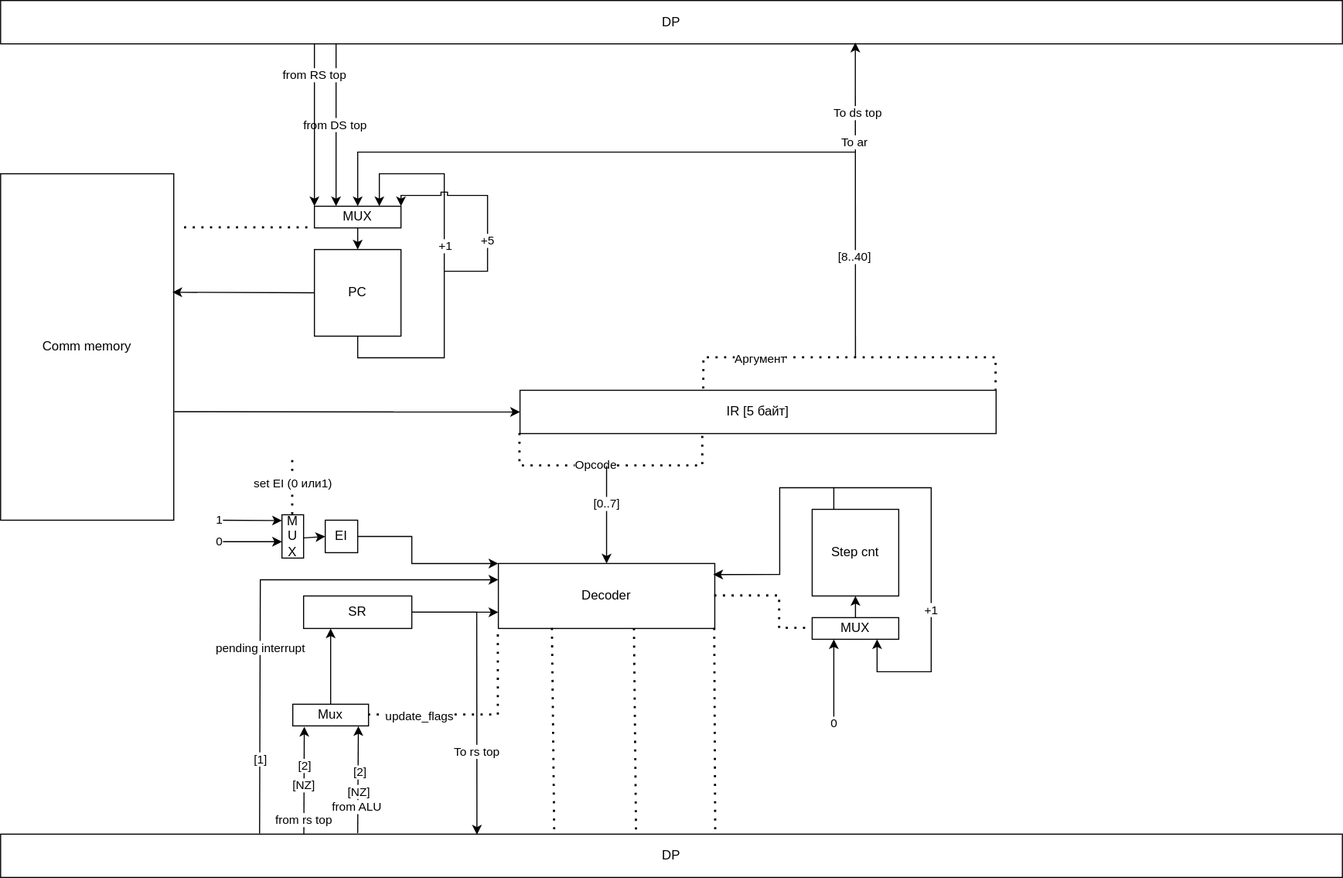
The draw.io diagram images/cu_4_lab_ak_reborn.drawio.svg in Knedlik-Trdelnik/CSA_ITMO_LAB4_2026, before a commit. Source tidied: cells renumbered, new cells last; positions are measured from the earlier drawing's top-left corner, leaving out a move shared by most shapes. The source it was exported from:
```xml
<mxGraphModel>
  <root>
    <mxCell id="0" />
    <mxCell id="1" parent="0" />
    <mxCell id="2" value="DP" style="rounded=0;whiteSpace=wrap;html=1;" parent="1" vertex="1">
      <mxGeometry width="1240" height="40" as="geometry" />
    </mxCell>
    <mxCell id="3" value="DP" style="rounded=0;whiteSpace=wrap;html=1;" parent="1" vertex="1">
      <mxGeometry y="770" width="1240" height="40" as="geometry" />
    </mxCell>
    <mxCell id="4" value="Comm memory" style="rounded=0;whiteSpace=wrap;html=1;" parent="1" vertex="1">
      <mxGeometry y="160" width="160" height="320" as="geometry" />
    </mxCell>
    <mxCell id="5" value="PC" style="whiteSpace=wrap;html=1;" parent="1" vertex="1">
      <mxGeometry x="290" y="230" width="80" height="80" as="geometry" />
    </mxCell>
    <mxCell id="6" value="MUX" style="rounded=0;whiteSpace=wrap;html=1;rotation=0;" parent="1" vertex="1">
      <mxGeometry x="290" y="190" width="80" height="20" as="geometry" />
    </mxCell>
    <mxCell id="7" style="endArrow=classic;html=1;rounded=0;exitX=0.5;exitY=1;exitDx=0;exitDy=0;entryX=0.5;entryY=0;entryDx=0;entryDy=0;" parent="1" edge="1" source="6" target="5">
      <mxGeometry relative="1" as="geometry" />
    </mxCell>
    <mxCell id="8" style="endArrow=classic;html=1;rounded=0;entryX=0.75;entryY=0;entryDx=0;entryDy=0;exitX=0.5;exitY=1;exitDx=0;exitDy=0;" parent="1" edge="1" source="5" target="6">
      <mxGeometry relative="1" as="geometry">
        <Array as="points">
          <mxPoint x="330" y="330" />
          <mxPoint x="410" y="330" />
          <mxPoint x="410" y="160" />
          <mxPoint x="350" y="160" />
        </Array>
      </mxGeometry>
    </mxCell>
    <mxCell id="9" value="+1" style="edgeLabel;html=1;align=center;verticalAlign=middle;" parent="8" vertex="1">
      <mxGeometry x="0.13" y="-1" relative="1" as="geometry" />
    </mxCell>
    <mxCell id="10" style="endArrow=classic;html=1;rounded=0;entryX=1;entryY=0;entryDx=0;entryDy=0;jumpStyle=sharp;" parent="1" edge="1" target="6">
      <mxGeometry relative="1" as="geometry">
        <mxPoint x="410" y="250" as="sourcePoint" />
        <Array as="points">
          <mxPoint x="430" y="250" />
          <mxPoint x="450" y="250" />
          <mxPoint x="450" y="180" />
          <mxPoint x="370" y="180" />
        </Array>
      </mxGeometry>
    </mxCell>
    <mxCell id="11" value="+5" style="edgeLabel;html=1;align=center;verticalAlign=middle;" parent="10" vertex="1">
      <mxGeometry x="-0.31" relative="1" as="geometry" />
    </mxCell>
    <mxCell id="12" style="endArrow=classic;html=1;rounded=0;exitX=0.25;exitY=1;exitDx=0;exitDy=0;entryX=0.25;entryY=0;entryDx=0;entryDy=0;" parent="1" edge="1" source="2" target="6">
      <mxGeometry relative="1" as="geometry" />
    </mxCell>
    <mxCell id="13" value="from DS top" style="edgeLabel;html=1;align=center;verticalAlign=middle;" parent="12" vertex="1">
      <mxGeometry x="-0.01" y="-1" relative="1" as="geometry" />
    </mxCell>
    <mxCell id="14" style="endArrow=classic;html=1;rounded=0;exitX=0;exitY=0.5;exitDx=0;exitDy=0;entryX=0.992;entryY=0.342;entryDx=0;entryDy=0;entryPerimeter=0;" parent="1" edge="1" source="5" target="4">
      <mxGeometry relative="1" as="geometry" />
    </mxCell>
    <mxCell id="15" value="IR [5 байт]" style="rounded=0;whiteSpace=wrap;html=1;" parent="1" vertex="1">
      <mxGeometry x="480" y="360" width="440" height="40" as="geometry" />
    </mxCell>
    <mxCell id="16" style="endArrow=classic;html=1;rounded=0;entryX=0.637;entryY=0.971;entryDx=0;entryDy=0;entryPerimeter=0;" parent="1" edge="1" target="2">
      <mxGeometry relative="1" as="geometry">
        <mxPoint x="790" y="330" as="sourcePoint" />
      </mxGeometry>
    </mxCell>
    <mxCell id="17" value="[8..40]" style="edgeLabel;html=1;align=center;verticalAlign=middle;" parent="16" vertex="1">
      <mxGeometry x="-0.36" y="1" relative="1" as="geometry" />
    </mxCell>
    <mxCell id="18" value="To ds top" style="edgeLabel;html=1;align=center;verticalAlign=middle;" parent="16" vertex="1">
      <mxGeometry x="0.55" y="-2" relative="1" as="geometry" />
    </mxCell>
    <mxCell id="19" value="To ar" style="edgeLabel;html=1;align=center;verticalAlign=middle;" parent="16" vertex="1">
      <mxGeometry x="0.37" y="1" relative="1" as="geometry" />
    </mxCell>
    <mxCell id="20" style="endArrow=none;dashed=1;html=1;dashPattern=1 3;strokeWidth=2;rounded=0;exitX=0;exitY=1;exitDx=0;exitDy=0;entryX=0.384;entryY=1.004;entryDx=0;entryDy=0;entryPerimeter=0;" parent="1" edge="1" source="15" target="15">
      <mxGeometry relative="1" as="geometry">
        <Array as="points">
          <mxPoint x="480" y="429.8" />
          <mxPoint x="649" y="429.8" />
        </Array>
      </mxGeometry>
    </mxCell>
    <mxCell id="21" value="Opcode" style="edgeLabel;html=1;align=center;verticalAlign=middle;" parent="20" vertex="1">
      <mxGeometry x="-0.13" y="1" relative="1" as="geometry" />
    </mxCell>
    <mxCell id="22" style="endArrow=none;dashed=1;html=1;dashPattern=1 3;strokeWidth=2;rounded=0;entryX=1;entryY=0;entryDx=0;entryDy=0;exitX=0.386;exitY=-0.028;exitDx=0;exitDy=0;exitPerimeter=0;" parent="1" edge="1" source="15" target="15">
      <mxGeometry relative="1" as="geometry">
        <Array as="points">
          <mxPoint x="650" y="330" />
          <mxPoint x="780" y="330" />
          <mxPoint x="920" y="330" />
        </Array>
      </mxGeometry>
    </mxCell>
    <mxCell id="23" value="Аргумент" style="edgeLabel;html=1;align=center;verticalAlign=middle;" parent="22" vertex="1">
      <mxGeometry x="-0.51" y="-1" relative="1" as="geometry" />
    </mxCell>
    <mxCell id="24" style="endArrow=classic;html=1;rounded=0;" parent="1" edge="1" target="26">
      <mxGeometry relative="1" as="geometry">
        <mxPoint x="560" y="430" as="sourcePoint" />
      </mxGeometry>
    </mxCell>
    <mxCell id="25" value="[0..7]" style="edgeLabel;html=1;align=center;verticalAlign=middle;" parent="24" vertex="1">
      <mxGeometry x="-0.23" relative="1" as="geometry" />
    </mxCell>
    <mxCell id="26" value="Decoder" style="rounded=0;whiteSpace=wrap;html=1;" parent="1" vertex="1">
      <mxGeometry x="460" y="520" width="200" height="60" as="geometry" />
    </mxCell>
    <mxCell id="27" style="endArrow=classic;html=1;rounded=0;exitX=1.003;exitY=0.687;exitDx=0;exitDy=0;exitPerimeter=0;entryX=0;entryY=0.5;entryDx=0;entryDy=0;" parent="1" edge="1" source="4" target="15">
      <mxGeometry relative="1" as="geometry" />
    </mxCell>
    <mxCell id="28" style="endArrow=none;dashed=1;html=1;dashPattern=1 3;strokeWidth=2;rounded=0;exitX=1;exitY=1;exitDx=0;exitDy=0;entryX=0.533;entryY=-0.02;entryDx=0;entryDy=0;entryPerimeter=0;" parent="1" edge="1" source="26" target="3">
      <mxGeometry relative="1" as="geometry" />
    </mxCell>
    <mxCell id="29" style="endArrow=none;dashed=1;html=1;dashPattern=1 3;strokeWidth=2;rounded=0;exitX=0.25;exitY=1;exitDx=0;exitDy=0;entryX=0.413;entryY=-0.045;entryDx=0;entryDy=0;entryPerimeter=0;" parent="1" edge="1" source="26" target="3">
      <mxGeometry relative="1" as="geometry" />
    </mxCell>
    <mxCell id="30" style="endArrow=none;dashed=1;html=1;dashPattern=1 3;strokeWidth=2;rounded=0;exitX=0.629;exitY=1.004;exitDx=0;exitDy=0;exitPerimeter=0;entryX=0.474;entryY=0.043;entryDx=0;entryDy=0;entryPerimeter=0;" parent="1" edge="1" source="26" target="3">
      <mxGeometry relative="1" as="geometry" />
    </mxCell>
    <mxCell id="31" value="Step cnt" style="whiteSpace=wrap;html=1;" parent="1" vertex="1">
      <mxGeometry x="750" y="470" width="80" height="80" as="geometry" />
    </mxCell>
    <mxCell id="32" value="MUX" style="rounded=0;whiteSpace=wrap;html=1;" parent="1" vertex="1">
      <mxGeometry x="750" y="570" width="80" height="20" as="geometry" />
    </mxCell>
    <mxCell id="33" style="endArrow=classic;html=1;rounded=0;entryX=0.25;entryY=1;entryDx=0;entryDy=0;" parent="1" edge="1" target="32">
      <mxGeometry relative="1" as="geometry">
        <mxPoint x="770" y="670" as="sourcePoint" />
      </mxGeometry>
    </mxCell>
    <mxCell id="34" value="0" style="edgeLabel;html=1;align=center;verticalAlign=middle;" parent="33" vertex="1">
      <mxGeometry x="-0.93" relative="1" as="geometry" />
    </mxCell>
    <mxCell id="35" style="endArrow=classic;html=1;rounded=0;exitX=0.5;exitY=0;exitDx=0;exitDy=0;entryX=0.5;entryY=1;entryDx=0;entryDy=0;" parent="1" edge="1" source="32" target="31">
      <mxGeometry relative="1" as="geometry" />
    </mxCell>
    <mxCell id="36" style="endArrow=classic;html=1;rounded=0;exitX=0.25;exitY=0;exitDx=0;exitDy=0;entryX=0.993;entryY=0.17;entryDx=0;entryDy=0;entryPerimeter=0;" parent="1" edge="1" source="31" target="26">
      <mxGeometry relative="1" as="geometry">
        <Array as="points">
          <mxPoint x="770" y="450" />
          <mxPoint x="720" y="450" />
          <mxPoint x="720" y="530" />
        </Array>
      </mxGeometry>
    </mxCell>
    <mxCell id="37" style="endArrow=classic;html=1;rounded=0;entryX=0.75;entryY=1;entryDx=0;entryDy=0;" parent="1" edge="1" target="32">
      <mxGeometry relative="1" as="geometry">
        <mxPoint x="770" y="450" as="sourcePoint" />
        <Array as="points">
          <mxPoint x="860" y="450" />
          <mxPoint x="860" y="620" />
          <mxPoint x="810" y="620" />
        </Array>
      </mxGeometry>
    </mxCell>
    <mxCell id="38" value="+1" style="edgeLabel;html=1;align=center;verticalAlign=middle;" parent="37" vertex="1">
      <mxGeometry x="0.19" relative="1" as="geometry" />
    </mxCell>
    <mxCell id="39" style="endArrow=none;dashed=1;html=1;dashPattern=1 3;strokeWidth=2;rounded=0;exitX=1;exitY=0.5;exitDx=0;exitDy=0;entryX=0;entryY=0.5;entryDx=0;entryDy=0;" parent="1" edge="1" source="26" target="32">
      <mxGeometry relative="1" as="geometry">
        <Array as="points">
          <mxPoint x="720" y="550" />
          <mxPoint x="720" y="580" />
        </Array>
      </mxGeometry>
    </mxCell>
    <mxCell id="40" value="EI" style="whiteSpace=wrap;html=1;" parent="1" vertex="1">
      <mxGeometry x="300" y="480" width="30" height="30" as="geometry" />
    </mxCell>
    <mxCell id="41" style="endArrow=classic;html=1;rounded=0;exitX=1;exitY=0.5;exitDx=0;exitDy=0;entryX=0;entryY=0;entryDx=0;entryDy=0;" parent="1" edge="1" source="40" target="26">
      <mxGeometry relative="1" as="geometry">
        <Array as="points">
          <mxPoint x="380" y="495" />
          <mxPoint x="380" y="520" />
        </Array>
      </mxGeometry>
    </mxCell>
    <mxCell id="42" style="endArrow=classic;html=1;rounded=0;entryX=0;entryY=0.25;entryDx=0;entryDy=0;exitX=0.193;exitY=-0.015;exitDx=0;exitDy=0;exitPerimeter=0;" parent="1" edge="1" source="3" target="26">
      <mxGeometry relative="1" as="geometry">
        <Array as="points">
          <mxPoint x="240" y="535" />
        </Array>
      </mxGeometry>
    </mxCell>
    <mxCell id="43" value="pending interrupt" style="edgeLabel;html=1;align=center;verticalAlign=middle;" parent="42" vertex="1">
      <mxGeometry x="-0.25" relative="1" as="geometry" />
    </mxCell>
    <mxCell id="44" value="[1]" style="edgeLabel;html=1;align=center;verticalAlign=middle;" parent="42" vertex="1">
      <mxGeometry x="-0.7" relative="1" as="geometry" />
    </mxCell>
    <mxCell id="45" value="&lt;font&gt;M&lt;br&gt;U&lt;br&gt;X&lt;/font&gt;" style="rounded=0;whiteSpace=wrap;html=1;" parent="1" vertex="1">
      <mxGeometry x="260" y="475" width="20" height="40" as="geometry" />
    </mxCell>
    <mxCell id="46" style="endArrow=classic;html=1;rounded=0;entryX=-0.001;entryY=0.133;entryDx=0;entryDy=0;entryPerimeter=0;" parent="1" edge="1" target="45">
      <mxGeometry relative="1" as="geometry">
        <mxPoint x="200" y="480" as="sourcePoint" />
      </mxGeometry>
    </mxCell>
    <mxCell id="47" value="1" style="edgeLabel;html=1;align=center;verticalAlign=middle;" parent="46" vertex="1">
      <mxGeometry x="-0.93" relative="1" as="geometry" />
    </mxCell>
    <mxCell id="48" style="endArrow=classic;html=1;rounded=0;entryX=0;entryY=0.25;entryDx=0;entryDy=0;" parent="1" edge="1">
      <mxGeometry relative="1" as="geometry">
        <mxPoint x="200" y="499.9" as="sourcePoint" />
        <mxPoint x="260" y="499.9" as="targetPoint" />
      </mxGeometry>
    </mxCell>
    <mxCell id="49" value="0" style="edgeLabel;html=1;align=center;verticalAlign=middle;" parent="48" vertex="1">
      <mxGeometry x="-0.93" relative="1" as="geometry" />
    </mxCell>
    <mxCell id="50" style="endArrow=classic;html=1;rounded=0;exitX=1.012;exitY=0.535;exitDx=0;exitDy=0;exitPerimeter=0;entryX=0;entryY=0.5;entryDx=0;entryDy=0;" parent="1" edge="1" source="45" target="40">
      <mxGeometry relative="1" as="geometry" />
    </mxCell>
    <mxCell id="51" style="endArrow=none;dashed=1;html=1;dashPattern=1 3;strokeWidth=2;rounded=0;exitX=0.5;exitY=0;exitDx=0;exitDy=0;" parent="1" edge="1" source="45">
      <mxGeometry relative="1" as="geometry">
        <mxPoint x="270" y="420" as="targetPoint" />
      </mxGeometry>
    </mxCell>
    <mxCell id="52" value="set EI (0 или1)" style="edgeLabel;html=1;align=center;verticalAlign=middle;" parent="51" vertex="1">
      <mxGeometry x="0.08" relative="1" as="geometry" />
    </mxCell>
    <mxCell id="53" style="endArrow=classic;html=1;rounded=0;entryX=0;entryY=0;entryDx=0;entryDy=0;" parent="1" edge="1" target="6">
      <mxGeometry relative="1" as="geometry">
        <mxPoint x="290" y="40" as="sourcePoint" />
      </mxGeometry>
    </mxCell>
    <mxCell id="54" value="from RS top" style="edgeLabel;html=1;align=center;verticalAlign=middle;" parent="53" vertex="1">
      <mxGeometry x="-0.62" relative="1" as="geometry" />
    </mxCell>
    <mxCell id="55" style="endArrow=classic;html=1;rounded=0;entryX=0.5;entryY=0;entryDx=0;entryDy=0;" parent="1" edge="1" target="6">
      <mxGeometry relative="1" as="geometry">
        <mxPoint x="790" y="140" as="sourcePoint" />
        <Array as="points">
          <mxPoint x="330" y="140" />
        </Array>
      </mxGeometry>
    </mxCell>
    <mxCell id="56" value="SR" style="rounded=0;whiteSpace=wrap;html=1;" parent="1" vertex="1">
      <mxGeometry x="280" y="550" width="100" height="30" as="geometry" />
    </mxCell>
    <mxCell id="57" style="endArrow=classic;html=1;rounded=0;exitX=1;exitY=0.5;exitDx=0;exitDy=0;entryX=0;entryY=0.75;entryDx=0;entryDy=0;" parent="1" edge="1" source="56" target="26">
      <mxGeometry relative="1" as="geometry" />
    </mxCell>
    <mxCell id="58" style="endArrow=classic;html=1;rounded=0;entryX=0.866;entryY=1.01;entryDx=0;entryDy=0;entryPerimeter=0;" parent="1" edge="1" target="67">
      <mxGeometry relative="1" as="geometry">
        <mxPoint x="330" y="769" as="sourcePoint" />
      </mxGeometry>
    </mxCell>
    <mxCell id="59" value="[2]" style="edgeLabel;html=1;align=center;verticalAlign=middle;" parent="58" vertex="1">
      <mxGeometry x="0.15" y="-1" relative="1" as="geometry" />
    </mxCell>
    <mxCell id="60" value="[NZ]" style="edgeLabel;html=1;align=center;verticalAlign=middle;" parent="58" vertex="1">
      <mxGeometry x="-0.22" y="-1" relative="1" as="geometry" />
    </mxCell>
    <mxCell id="61" value="from ALU" style="edgeLabel;html=1;align=center;verticalAlign=middle;" parent="58" vertex="1">
      <mxGeometry x="-0.52" y="1" relative="1" as="geometry" />
    </mxCell>
    <mxCell id="62" style="endArrow=none;dashed=1;html=1;dashPattern=1 3;strokeWidth=2;rounded=0;entryX=0;entryY=1;entryDx=0;entryDy=0;exitX=1;exitY=0.5;exitDx=0;exitDy=0;" parent="1" edge="1" source="67" target="26">
      <mxGeometry relative="1" as="geometry">
        <Array as="points">
          <mxPoint x="355" y="660" />
          <mxPoint x="460" y="660" />
        </Array>
      </mxGeometry>
    </mxCell>
    <mxCell id="63" value="update_flags" style="edgeLabel;html=1;align=center;verticalAlign=middle;" parent="62" vertex="1">
      <mxGeometry x="-0.54" y="-1" relative="1" as="geometry" />
    </mxCell>
    <mxCell id="64" style="endArrow=none;dashed=1;html=1;dashPattern=1 3;strokeWidth=2;rounded=0;entryX=0;entryY=1;entryDx=0;entryDy=0;" parent="1" edge="1" target="6">
      <mxGeometry relative="1" as="geometry">
        <mxPoint x="170" y="210" as="sourcePoint" />
      </mxGeometry>
    </mxCell>
    <mxCell id="65" style="endArrow=classic;html=1;rounded=0;entryX=0.355;entryY=0.011;entryDx=0;entryDy=0;entryPerimeter=0;exitX=1;exitY=0.5;exitDx=0;exitDy=0;" parent="1" edge="1" source="56" target="3">
      <mxGeometry relative="1" as="geometry">
        <Array as="points">
          <mxPoint x="440" y="565" />
        </Array>
      </mxGeometry>
    </mxCell>
    <mxCell id="66" value="To rs top" style="edgeLabel;html=1;align=center;verticalAlign=middle;" parent="65" vertex="1">
      <mxGeometry x="0.43" relative="1" as="geometry" />
    </mxCell>
    <mxCell id="67" value="Mux" style="rounded=0;whiteSpace=wrap;html=1;" parent="1" vertex="1">
      <mxGeometry x="270" y="650" width="70" height="20" as="geometry" />
    </mxCell>
    <mxCell id="68" style="endArrow=classic;html=1;rounded=0;exitX=0.226;exitY=-0.005;exitDx=0;exitDy=0;exitPerimeter=0;entryX=0.152;entryY=1.041;entryDx=0;entryDy=0;entryPerimeter=0;" parent="1" edge="1" source="3" target="67">
      <mxGeometry relative="1" as="geometry" />
    </mxCell>
    <mxCell id="69" value="[2]" style="edgeLabel;html=1;align=center;verticalAlign=middle;" parent="68" vertex="1">
      <mxGeometry x="0.27" relative="1" as="geometry" />
    </mxCell>
    <mxCell id="70" value="from rs top" style="edgeLabel;html=1;align=center;verticalAlign=middle;" parent="68" vertex="1">
      <mxGeometry x="-0.74" relative="1" as="geometry" />
    </mxCell>
    <mxCell id="71" value="[NZ]" style="edgeLabel;html=1;align=center;verticalAlign=middle;" parent="68" vertex="1">
      <mxGeometry x="-0.09" y="1" relative="1" as="geometry" />
    </mxCell>
    <mxCell id="72" style="endArrow=classic;html=1;rounded=0;exitX=0.5;exitY=0;exitDx=0;exitDy=0;entryX=0.25;entryY=1;entryDx=0;entryDy=0;" parent="1" edge="1" source="67" target="56">
      <mxGeometry relative="1" as="geometry" />
    </mxCell>
  </root>
</mxGraphModel>
```
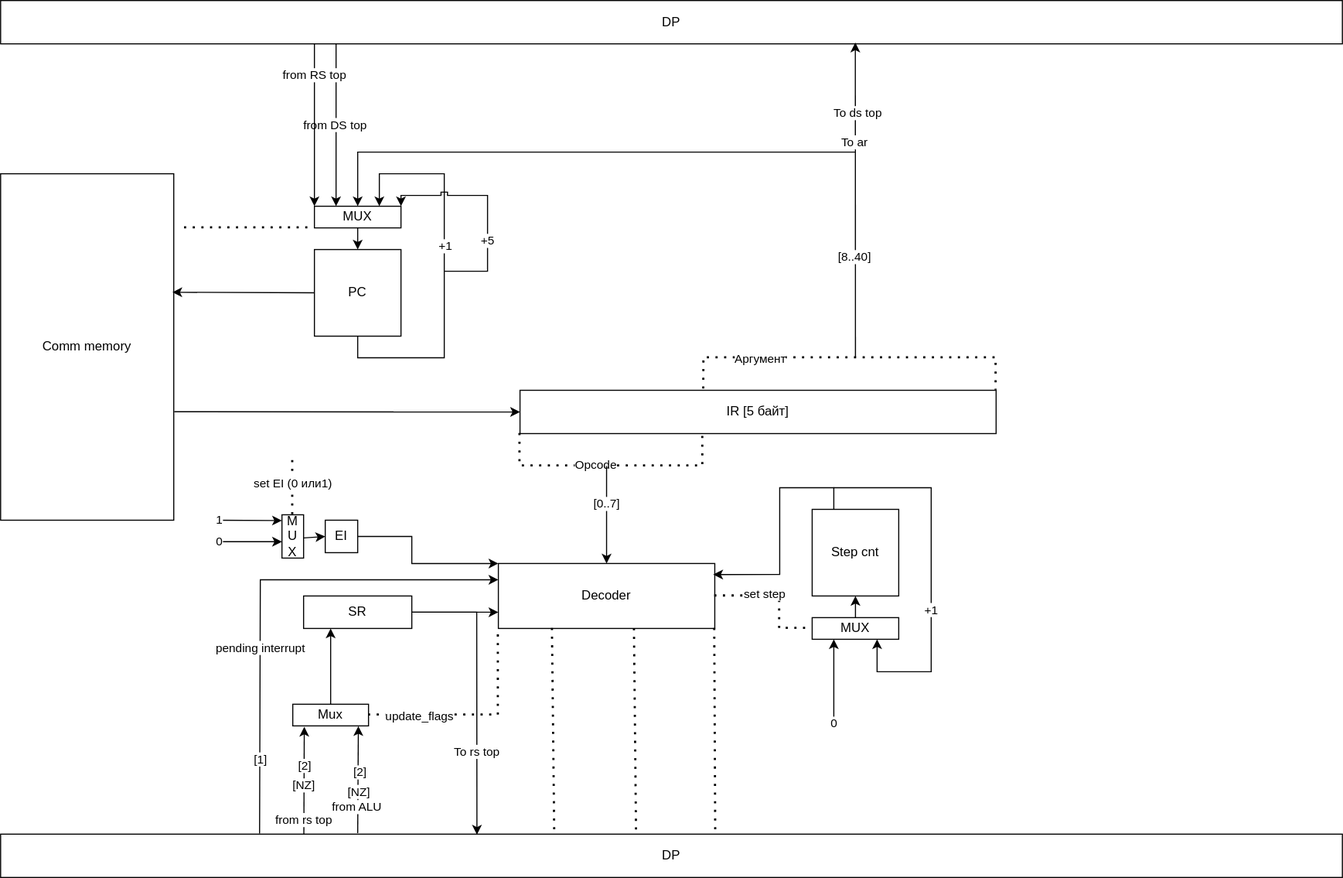
The same diagram one commit later.

What changed in the source:
```diff
@@ -166,6 +166,9 @@
         </Array>
       </mxGeometry>
     </mxCell>
+    <mxCell id="73" value="set step" style="edgeLabel;html=1;align=center;verticalAlign=middle;" parent="39" vertex="1">
+      <mxGeometry x="-0.24" y="2" relative="1" as="geometry" />
+    </mxCell>
     <mxCell id="40" value="EI" style="whiteSpace=wrap;html=1;" parent="1" vertex="1">
       <mxGeometry x="300" y="480" width="30" height="30" as="geometry" />
     </mxCell>
```
